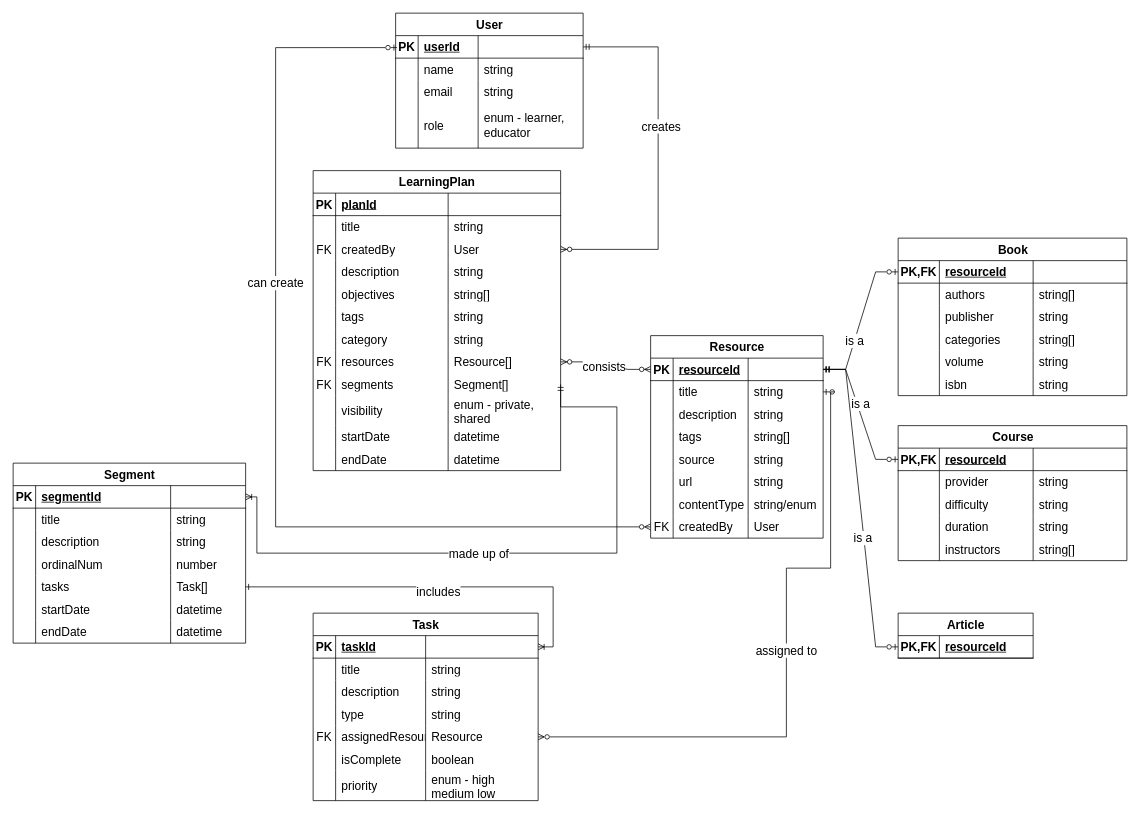
This is elle.drawio from suha-nathan/ellev2, a draw.io file, before an edit. Source tidied: cells renumbered, new cells numbered last; positions are measured from the earlier drawing's top-left corner, leaving out a move shared by most shapes. Both pictures are drawn from the tidied source at 75%, with x=0, y=0 at pixel (13, 13).
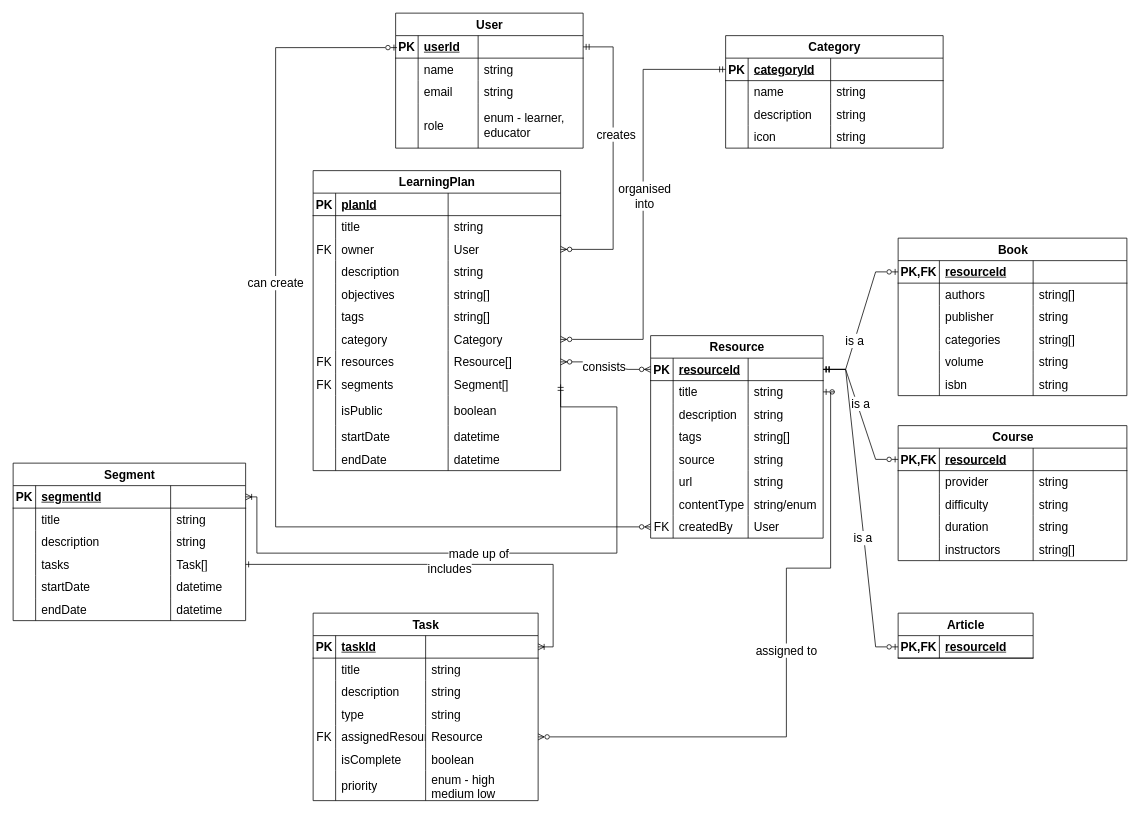
Above is the later version.

The change refers to these unchanged cells:
```xml
<mxCell id="94" style="shape=tableRow;horizontal=0;startSize=0;swimlaneHead=0;swimlaneBody=0;fillColor=none;points=[[0,0.5],[1,0.5]];portConstraint=eastwest;top=0;left=0;right=0;bottom=0;fontSize=16;" parent="85" vertex="1">
  <mxGeometry y="90" width="330" height="30" as="geometry" />
</mxCell>
<mxCell id="106" style="shape=tableRow;horizontal=0;startSize=0;swimlaneHead=0;swimlaneBody=0;fillColor=none;top=0;left=0;right=0;bottom=0;fontSize=16;" parent="85" vertex="1">
  <mxGeometry y="180" width="330" height="30" as="geometry" />
</mxCell>
<mxCell id="110" style="shape=tableRow;horizontal=0;startSize=0;swimlaneHead=0;swimlaneBody=0;fillColor=none;points=[[0,0.5],[1,0.5]];portConstraint=eastwest;top=0;left=0;right=0;bottom=0;fontSize=16;" parent="85" vertex="1">
  <mxGeometry y="210" width="330" height="30" as="geometry" />
</mxCell>
<mxCell id="122" style="shape=tableRow;horizontal=0;startSize=0;swimlaneHead=0;swimlaneBody=0;fillColor=none;top=0;left=0;right=0;bottom=0;fontSize=16;" parent="85" vertex="1">
  <mxGeometry y="300" width="330" height="40" as="geometry" />
</mxCell>
<mxCell id="135" style="shape=tableRow;horizontal=0;startSize=0;swimlaneHead=0;swimlaneBody=0;fillColor=none;points=[[0,0.5],[1,0.5]];portConstraint=eastwest;top=0;left=0;right=0;bottom=1;fontSize=16;" parent="134" vertex="1">
  <mxGeometry y="30" width="250" height="30" as="geometry" />
</mxCell>
```

Diff of the diagram source:
```diff
@@
-    <mxCell id="96" value="createdBy" style="shape=partialRectangle;fillColor=none;top=0;left=0;bottom=0;right=0;align=left;spacingLeft=6;overflow=hidden;whiteSpace=wrap;html=1;fontSize=16;" parent="94" vertex="1">
+    <mxCell id="96" value="owner" style="shape=partialRectangle;fillColor=none;top=0;left=0;bottom=0;right=0;align=left;spacingLeft=6;overflow=hidden;whiteSpace=wrap;html=1;fontSize=16;" parent="94" vertex="1">
       <mxGeometry x="30" width="150" height="30" as="geometry" />
     </mxCell>
@@
-    <mxCell id="109" value="string" style="shape=partialRectangle;fillColor=none;top=0;left=0;bottom=0;right=0;align=left;spacingLeft=6;overflow=hidden;whiteSpace=wrap;html=1;fontSize=16;" parent="106" vertex="1">
+    <mxCell id="109" value="string[]" style="shape=partialRectangle;fillColor=none;top=0;left=0;bottom=0;right=0;align=left;spacingLeft=6;overflow=hidden;whiteSpace=wrap;html=1;fontSize=16;" parent="106" vertex="1">
       <mxGeometry x="180" width="150" height="30" as="geometry" />
     </mxCell>
@@
-    <mxCell id="113" value="string" style="shape=partialRectangle;fillColor=none;top=0;left=0;bottom=0;right=0;align=left;spacingLeft=6;overflow=hidden;whiteSpace=wrap;html=1;fontSize=16;" parent="110" vertex="1">
+    <mxCell id="113" value="Category" style="shape=partialRectangle;fillColor=none;top=0;left=0;bottom=0;right=0;align=left;spacingLeft=6;overflow=hidden;whiteSpace=wrap;html=1;fontSize=16;" parent="110" vertex="1">
       <mxGeometry x="180" width="150" height="30" as="geometry" />
     </mxCell>
@@
-    <mxCell id="124" value="visibility" style="shape=partialRectangle;fillColor=none;top=0;left=0;bottom=0;right=0;align=left;spacingLeft=6;overflow=hidden;whiteSpace=wrap;html=1;fontSize=16;" parent="122" vertex="1">
+    <mxCell id="124" value="isPublic" style="shape=partialRectangle;fillColor=none;top=0;left=0;bottom=0;right=0;align=left;spacingLeft=6;overflow=hidden;whiteSpace=wrap;html=1;fontSize=16;" parent="122" vertex="1">
       <mxGeometry x="30" width="150" height="40" as="geometry" />
     </mxCell>
-    <mxCell id="125" value="enum - private, shared" style="shape=partialRectangle;fillColor=none;top=0;left=0;bottom=0;right=0;align=left;spacingLeft=6;overflow=hidden;whiteSpace=wrap;html=1;fontSize=16;" parent="122" vertex="1">
+    <mxCell id="125" value="boolean" style="shape=partialRectangle;fillColor=none;top=0;left=0;bottom=0;right=0;align=left;spacingLeft=6;overflow=hidden;whiteSpace=wrap;html=1;fontSize=16;" parent="122" vertex="1">
       <mxGeometry x="180" width="150" height="40" as="geometry" />
     </mxCell>
@@
     <mxCell id="159" style="edgeStyle=elbowEdgeStyle;fontSize=16;html=1;endArrow=ERzeroToMany;startArrow=ERmandOne;rounded=0;entryX=1;entryY=0.5;entryDx=0;entryDy=0;startFill=0;exitX=1;exitY=0.5;exitDx=0;exitDy=0;" parent="1" edge="1" source="135" target="94">
       <mxGeometry relative="1" as="geometry">
         <Array as="points">
-          <mxPoint x="860" y="260" />
+          <mxPoint x="800" y="180" />
           <mxPoint x="830" y="290" />
         </Array>
       </mxGeometry>
     </mxCell>
@@
     <mxCell id="161" value="Segment" style="shape=table;startSize=30;childLayout=tableLayout;rowLines=0;fontStyle=1;align=center;html=1;fontSize=16;" parent="1" vertex="1">
-      <mxGeometry y="600" width="310" height="240" as="geometry" />
+      <mxGeometry y="600" width="310" height="210" as="geometry" />
     </mxCell>
@@
-    <mxCell id="174" style="shape=tableRow;horizontal=0;startSize=0;swimlaneHead=0;swimlaneBody=0;fillColor=none;top=0;left=0;right=0;bottom=0;fontSize=16;" parent="161" vertex="1">
-      <mxGeometry y="120" width="310" height="30" as="geometry" />
-    </mxCell>
-    <mxCell id="175" style="shape=partialRectangle;fillColor=none;top=0;left=0;bottom=0;right=0;overflow=hidden;whiteSpace=wrap;html=1;fontSize=16;" parent="174" vertex="1">
-      <mxGeometry width="30" height="30" as="geometry" />
-    </mxCell>
-    <mxCell id="176" value="ordinalNum" style="shape=partialRectangle;fillColor=none;top=0;left=0;bottom=0;right=0;align=left;spacingLeft=6;overflow=hidden;whiteSpace=wrap;html=1;fontSize=16;" parent="174" vertex="1">
-      <mxGeometry x="30" width="180" height="30" as="geometry" />
-    </mxCell>
-    <mxCell id="177" value="number" style="shape=partialRectangle;fillColor=none;top=0;left=0;bottom=0;right=0;align=left;spacingLeft=6;overflow=hidden;whiteSpace=wrap;html=1;fontSize=16;" parent="174" vertex="1">
-      <mxGeometry x="210" width="100" height="30" as="geometry" />
-    </mxCell>
     <mxCell id="178" style="shape=tableRow;horizontal=0;startSize=0;swimlaneHead=0;swimlaneBody=0;fillColor=none;points=[[0,0.5],[1,0.5]];portConstraint=eastwest;top=0;left=0;right=0;bottom=0;fontSize=16;" parent="161" vertex="1">
-      <mxGeometry y="150" width="310" height="30" as="geometry" />
+      <mxGeometry y="120" width="310" height="30" as="geometry" />
     </mxCell>
@@
     <mxCell id="182" style="shape=tableRow;horizontal=0;startSize=0;swimlaneHead=0;swimlaneBody=0;top=0;left=0;right=0;bottom=0;fillStyle=hatch;fontSize=16;fillColor=none;" parent="161" vertex="1">
-      <mxGeometry y="180" width="310" height="30" as="geometry" />
+      <mxGeometry y="150" width="310" height="30" as="geometry" />
     </mxCell>
@@
     <mxCell id="186" style="shape=tableRow;horizontal=0;startSize=0;swimlaneHead=0;swimlaneBody=0;fillColor=none;top=0;left=0;right=0;bottom=0;fontSize=16;" parent="161" vertex="1">
-      <mxGeometry y="210" width="310" height="30" as="geometry" />
+      <mxGeometry y="180" width="310" height="30" as="geometry" />
     </mxCell>
@@
+    <mxCell id="228" value="Category" style="shape=table;startSize=30;childLayout=tableLayout;rowLines=0;fontStyle=1;align=center;html=1;fontSize=16;" parent="1" vertex="1">
+      <mxGeometry x="950" y="30" width="290" height="150" as="geometry" />
+    </mxCell>
+    <mxCell id="229" style="shape=tableRow;horizontal=0;startSize=0;swimlaneHead=0;swimlaneBody=0;fillColor=none;points=[[0,0.5],[1,0.5]];portConstraint=eastwest;top=0;left=0;right=0;bottom=1;fontSize=16;" parent="228" vertex="1">
+      <mxGeometry y="30" width="290" height="30" as="geometry" />
+    </mxCell>
+    <mxCell id="230" value="PK" style="shape=partialRectangle;fillColor=none;top=0;left=0;bottom=0;right=0;fontStyle=1;overflow=hidden;whiteSpace=wrap;html=1;fontSize=16;" parent="229" vertex="1">
+      <mxGeometry width="30" height="30" as="geometry" />
+    </mxCell>
+    <mxCell id="231" value="categoryId" style="shape=partialRectangle;fillColor=none;top=0;left=0;bottom=0;right=0;align=left;spacingLeft=6;fontStyle=5;overflow=hidden;whiteSpace=wrap;html=1;fontSize=16;" parent="229" vertex="1">
+      <mxGeometry x="30" width="110" height="30" as="geometry" />
+    </mxCell>
+    <mxCell id="232" style="shape=partialRectangle;fillColor=none;top=0;left=0;bottom=0;right=0;align=left;spacingLeft=6;fontStyle=5;overflow=hidden;whiteSpace=wrap;html=1;fontSize=16;" parent="229" vertex="1">
+      <mxGeometry x="140" width="150" height="30" as="geometry" />
+    </mxCell>
+    <mxCell id="233" style="shape=tableRow;horizontal=0;startSize=0;swimlaneHead=0;swimlaneBody=0;fillColor=none;top=0;left=0;right=0;bottom=0;fontSize=16;" parent="228" vertex="1">
+      <mxGeometry y="60" width="290" height="30" as="geometry" />
+    </mxCell>
+    <mxCell id="234" style="shape=partialRectangle;fillColor=none;top=0;left=0;bottom=0;right=0;overflow=hidden;whiteSpace=wrap;html=1;fontSize=16;" parent="233" vertex="1">
+      <mxGeometry width="30" height="30" as="geometry" />
+    </mxCell>
+    <mxCell id="235" value="name" style="shape=partialRectangle;fillColor=none;top=0;left=0;bottom=0;right=0;align=left;spacingLeft=6;overflow=hidden;whiteSpace=wrap;html=1;fontSize=16;" parent="233" vertex="1">
+      <mxGeometry x="30" width="110" height="30" as="geometry" />
+    </mxCell>
+    <mxCell id="236" value="string" style="shape=partialRectangle;fillColor=none;top=0;left=0;bottom=0;right=0;align=left;spacingLeft=6;overflow=hidden;whiteSpace=wrap;html=1;fontSize=16;" parent="233" vertex="1">
+      <mxGeometry x="140" width="150" height="30" as="geometry" />
+    </mxCell>
+    <mxCell id="237" style="shape=tableRow;horizontal=0;startSize=0;swimlaneHead=0;swimlaneBody=0;fillColor=none;top=0;left=0;right=0;bottom=0;fontSize=16;" parent="228" vertex="1">
+      <mxGeometry y="90" width="290" height="30" as="geometry" />
+    </mxCell>
+    <mxCell id="238" style="shape=partialRectangle;fillColor=none;top=0;left=0;bottom=0;right=0;overflow=hidden;whiteSpace=wrap;html=1;fontSize=16;" parent="237" vertex="1">
+      <mxGeometry width="30" height="30" as="geometry" />
+    </mxCell>
+    <mxCell id="239" value="description" style="shape=partialRectangle;fillColor=none;top=0;left=0;bottom=0;right=0;align=left;spacingLeft=6;overflow=hidden;whiteSpace=wrap;html=1;fontSize=16;" parent="237" vertex="1">
+      <mxGeometry x="30" width="110" height="30" as="geometry" />
+    </mxCell>
+    <mxCell id="240" value="string" style="shape=partialRectangle;fillColor=none;top=0;left=0;bottom=0;right=0;align=left;spacingLeft=6;overflow=hidden;whiteSpace=wrap;html=1;fontSize=16;" parent="237" vertex="1">
+      <mxGeometry x="140" width="150" height="30" as="geometry" />
+    </mxCell>
+    <mxCell id="241" style="shape=tableRow;horizontal=0;startSize=0;swimlaneHead=0;swimlaneBody=0;fillColor=none;top=0;left=0;right=0;bottom=0;fontSize=16;" parent="228" vertex="1">
+      <mxGeometry y="120" width="290" height="30" as="geometry" />
+    </mxCell>
+    <mxCell id="242" style="shape=partialRectangle;fillColor=none;top=0;left=0;bottom=0;right=0;overflow=hidden;whiteSpace=wrap;html=1;fontSize=16;" parent="241" vertex="1">
+      <mxGeometry width="30" height="30" as="geometry" />
+    </mxCell>
+    <mxCell id="243" value="icon" style="shape=partialRectangle;fillColor=none;top=0;left=0;bottom=0;right=0;align=left;spacingLeft=6;overflow=hidden;whiteSpace=wrap;html=1;fontSize=16;" parent="241" vertex="1">
+      <mxGeometry x="30" width="110" height="30" as="geometry" />
+    </mxCell>
+    <mxCell id="244" value="string" style="shape=partialRectangle;fillColor=none;top=0;left=0;bottom=0;right=0;align=left;spacingLeft=6;overflow=hidden;whiteSpace=wrap;html=1;fontSize=16;" parent="241" vertex="1">
+      <mxGeometry x="140" width="150" height="30" as="geometry" />
+    </mxCell>
+    <mxCell id="245" style="edgeStyle=orthogonalEdgeStyle;rounded=0;jettySize=auto;html=1;exitX=1;exitY=0.5;exitDx=0;exitDy=0;entryX=0;entryY=0.5;entryDx=0;entryDy=0;endArrow=ERmandOne;endFill=0;startArrow=ERzeroToMany;startFill=0;" parent="1" edge="1" source="110" target="229">
+      <mxGeometry relative="1" as="geometry">
+        <Array as="points">
+          <mxPoint x="840" y="435" />
+          <mxPoint x="840" y="75" />
+        </Array>
+      </mxGeometry>
+    </mxCell>
+    <mxCell id="246" value="&lt;font style=&quot;font-size: 16px;&quot;&gt;organised&lt;/font&gt;&lt;div&gt;&lt;font style=&quot;font-size: 16px;&quot;&gt;into&lt;/font&gt;&lt;/div&gt;" style="edgeLabel;html=1;align=center;verticalAlign=middle;" parent="245" vertex="1">
+      <mxGeometry x="0.04" y="-1" relative="1" as="geometry" />
+    </mxCell>
```
